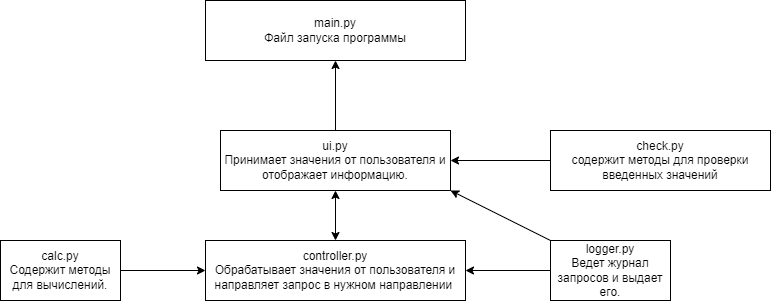
Natalya-Yakhina/GB_PYTHON_LESSONS keeps this draw.io diagram as lesson_7/program_diagram.drawio.png. Above is the earlier version. Source tidied: cells renumbered, new cells last; positions are measured from the earlier drawing's top-left corner, leaving out a move shared by most shapes.
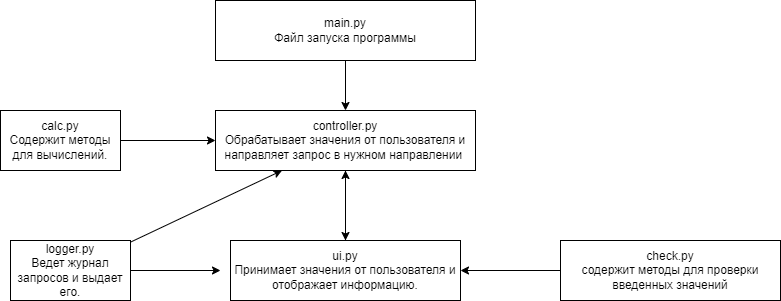
After the commit.

What changed in the source:
```diff
@@ -2,21 +2,27 @@
   <root>
     <mxCell id="0" />
     <mxCell id="1" parent="0" />
-    <mxCell id="2" style="edgeStyle=none;html=1;" parent="1" edge="1" source="3" target="7">
-      <mxGeometry relative="1" as="geometry" />
-    </mxCell>
+    <mxCell id="14" style="edgeStyle=none;html=1;" parent="1" edge="1" source="3" target="4">
+      <mxGeometry relative="1" as="geometry" />
+    </mxCell>
     <mxCell id="3" value="ui.py&lt;br&gt;Принимает значения от пользователя и отображает информацию." style="rounded=0;whiteSpace=wrap;html=1;" parent="1" vertex="1">
-      <mxGeometry x="220" y="130" width="230" height="60" as="geometry" />
+      <mxGeometry x="220" y="240" width="230" height="60" as="geometry" />
     </mxCell>
+    <mxCell id="10" style="edgeStyle=none;html=1;" parent="1" edge="1" source="4" target="3">
+      <mxGeometry relative="1" as="geometry" />
+    </mxCell>
     <mxCell id="4" value="controller.py&lt;br&gt;Обрабатывает значения от пользователя и направляет запрос в нужном направлении&amp;nbsp;" style="rounded=0;whiteSpace=wrap;html=1;" parent="1" vertex="1">
-      <mxGeometry x="205" y="240" width="260" height="60" as="geometry" />
+      <mxGeometry x="205" y="110" width="260" height="60" as="geometry" />
     </mxCell>
     <mxCell id="5" style="edgeStyle=none;html=1;" parent="1" edge="1" source="6" target="4">
       <mxGeometry relative="1" as="geometry" />
     </mxCell>
     <mxCell id="6" value="calc.py&lt;br&gt;Содержит методы для вычислений." style="rounded=0;whiteSpace=wrap;html=1;" parent="1" vertex="1">
-      <mxGeometry y="240" width="120" height="60" as="geometry" />
+      <mxGeometry x="-10" y="110" width="120" height="60" as="geometry" />
     </mxCell>
+    <mxCell id="15" style="edgeStyle=none;html=1;" parent="1" edge="1" source="7" target="4">
+      <mxGeometry relative="1" as="geometry" />
+    </mxCell>
     <mxCell id="7" value="main.py&lt;br&gt;Файл запуска программы" style="rounded=0;whiteSpace=wrap;html=1;" parent="1" vertex="1">
       <mxGeometry x="205" width="260" height="60" as="geometry" />
     </mxCell>
@@ -24,19 +30,18 @@
       <mxGeometry relative="1" as="geometry" />
     </mxCell>
     <mxCell id="9" value="check.py&lt;br&gt;содержит методы для проверки введенных значений" style="rounded=0;whiteSpace=wrap;html=1;" parent="1" vertex="1">
-      <mxGeometry x="550" y="130" width="220" height="60" as="geometry" />
+      <mxGeometry x="550" y="240" width="220" height="60" as="geometry" />
     </mxCell>
-    <mxCell id="10" style="endArrow=classic;startArrow=classic;html=1;exitX=0.5;exitY=0;exitDx=0;exitDy=0;entryX=0.5;entryY=1;entryDx=0;entryDy=0;" parent="1" edge="1" source="4" target="3">
-      <mxGeometry relative="1" as="geometry" />
-    </mxCell>
     <mxCell id="11" style="edgeStyle=none;html=1;" parent="1" edge="1" source="13" target="4">
       <mxGeometry relative="1" as="geometry" />
     </mxCell>
-    <mxCell id="12" style="edgeStyle=none;html=1;exitX=0;exitY=0;exitDx=0;exitDy=0;entryX=1;entryY=1;entryDx=0;entryDy=0;" parent="1" edge="1" source="13" target="3">
-      <mxGeometry relative="1" as="geometry" />
+    <mxCell id="12" style="edgeStyle=none;html=1;exitX=1;exitY=0.5;exitDx=0;exitDy=0;" parent="1" edge="1" source="13">
+      <mxGeometry relative="1" as="geometry">
+        <mxPoint x="210" y="270" as="targetPoint" />
+      </mxGeometry>
     </mxCell>
     <mxCell id="13" value="logger.py&lt;br&gt;Ведет журнал запросов и выдает его." style="rounded=0;whiteSpace=wrap;html=1;" parent="1" vertex="1">
-      <mxGeometry x="550" y="240" width="120" height="60" as="geometry" />
+      <mxGeometry y="240" width="120" height="60" as="geometry" />
     </mxCell>
   </root>
 </mxGraphModel>
```
